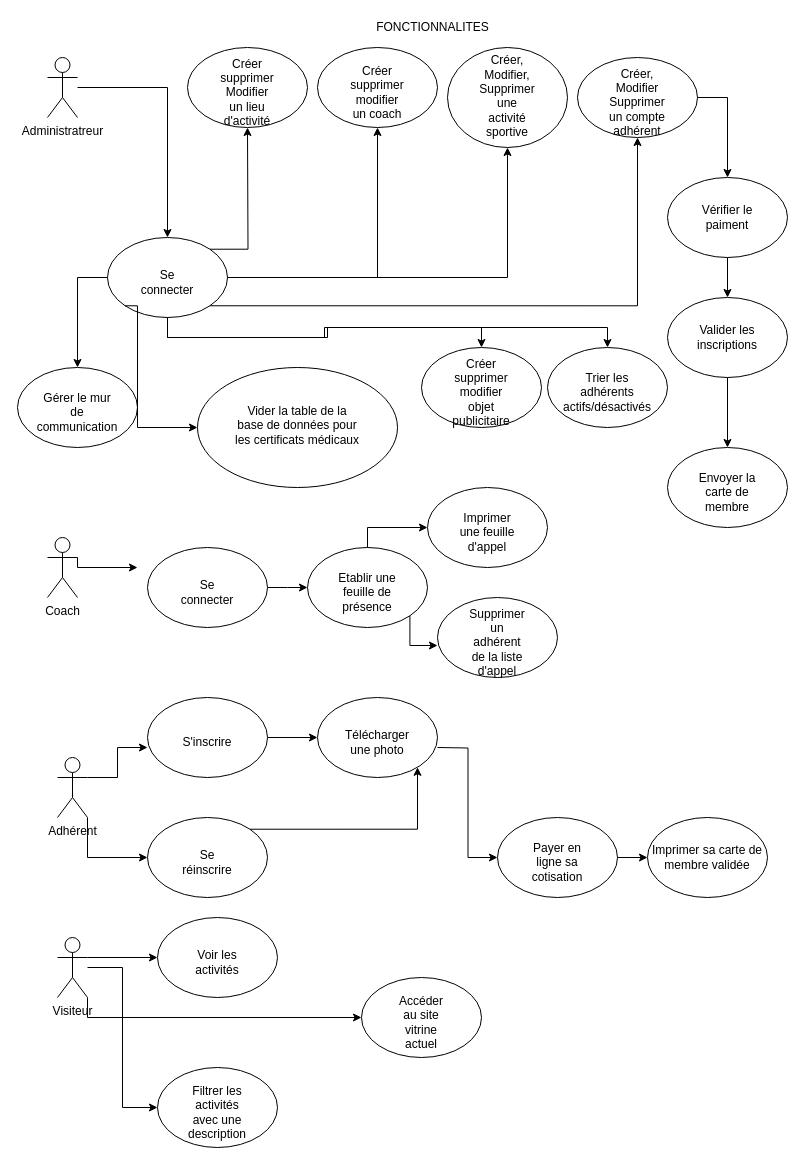
This is asdec/Fonctionnalités2.drawio from cyrisa02/diagrammes-UML, a draw.io file, before an edit. Source tidied: cells renumbered, new cells numbered last; positions are measured from the earlier drawing's top-left corner, leaving out a move shared by most shapes. Both pictures are drawn from the tidied source at 100%, with x=0, y=0 at pixel (17, 17).
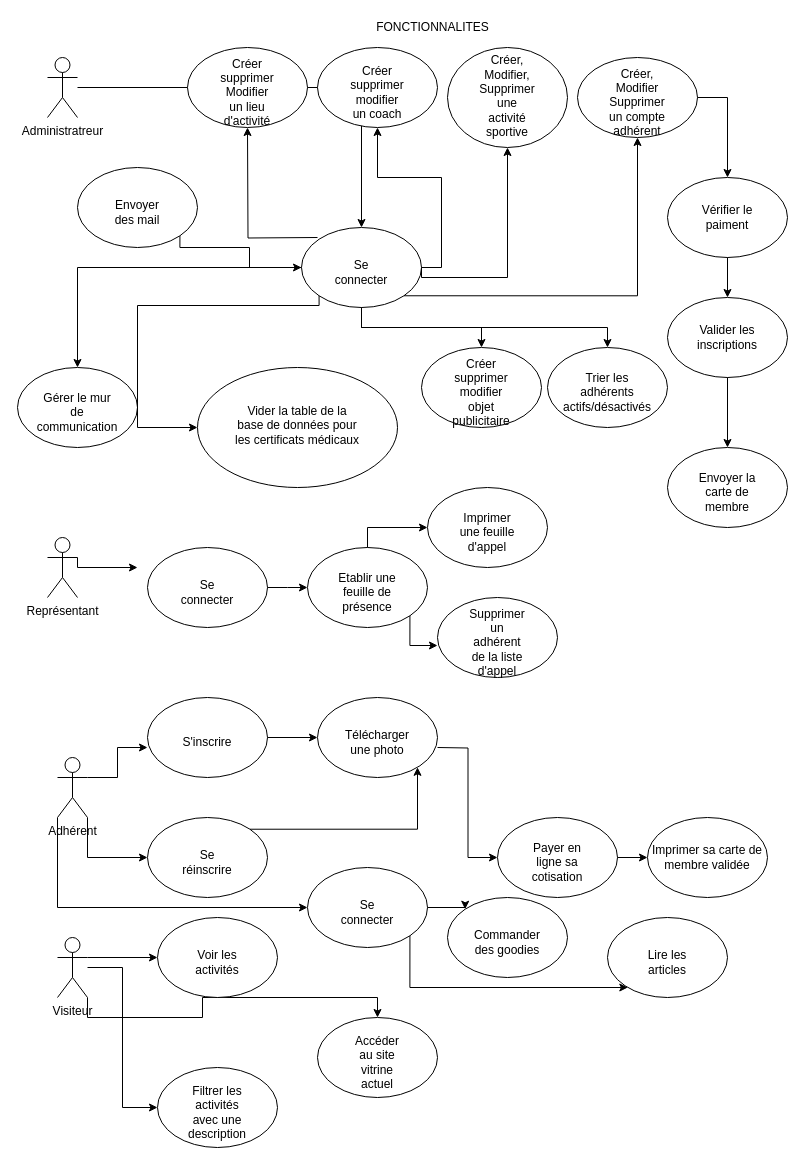
The same page after the edit.

Commit message:
Mettre à jour Fonctionnalités2.drawio

Unchanged cells that the change refers to:
```xml
<mxCell id="6" value="Adhérent" style="shape=umlActor;verticalLabelPosition=bottom;verticalAlign=top;html=1;outlineConnect=0;" parent="1" vertex="1">
  <mxGeometry x="40" y="740" width="30" height="60" as="geometry" />
</mxCell>
<mxCell id="14" style="ellipse;whiteSpace=wrap;html=1;" parent="13" vertex="1">
  <mxGeometry width="120" height="80" as="geometry" />
</mxCell>
```

What changed in the source:
```diff
@@
+    <mxCell id="102" style="edgeStyle=orthogonalEdgeStyle;rounded=0;jettySize=auto;html=1;exitX=0;exitY=1;exitDx=0;exitDy=0;exitPerimeter=0;" parent="1" edge="1" source="6" target="108">
+      <mxGeometry relative="1" as="geometry">
+        <Array as="points">
+          <mxPoint x="40" y="890" />
+        </Array>
+      </mxGeometry>
+    </mxCell>
@@
-    <mxCell id="12" value="Coach" style="shape=umlActor;verticalLabelPosition=bottom;verticalAlign=top;html=1;outlineConnect=0;" parent="1" vertex="1">
+    <mxCell id="12" value="Représentant" style="shape=umlActor;verticalLabelPosition=bottom;verticalAlign=top;html=1;outlineConnect=0;" parent="1" vertex="1">
       <mxGeometry x="30" y="520" width="30" height="60" as="geometry" />
     </mxCell>
     <mxCell id="13" style="group;" parent="1" vertex="1">
-      <mxGeometry x="90" y="220" width="120" height="80" as="geometry" />
+      <mxGeometry x="284" y="210" width="120" height="80" as="geometry" />
     </mxCell>
@@
     <mxCell id="52" style="group;" parent="1" vertex="1">
-      <mxGeometry x="344" y="960" width="120" height="80" as="geometry" />
+      <mxGeometry x="300" y="1000" width="120" height="80" as="geometry" />
     </mxCell>
@@
-    <mxCell id="56" style="edgeStyle=orthogonalEdgeStyle;rounded=0;jettySize=auto;html=1;exitX=1;exitY=0;exitDx=0;exitDy=0;" parent="1" edge="1" source="14">
+    <mxCell id="56" style="edgeStyle=orthogonalEdgeStyle;rounded=0;orthogonalLoop=1;jettySize=auto;html=1;" parent="1" edge="1">
       <mxGeometry relative="1" as="geometry">
+        <mxPoint x="300" y="220" as="sourcePoint" />
         <mxPoint x="230" y="110" as="targetPoint" />
       </mxGeometry>
     </mxCell>
@@
     <mxCell id="98" style="edgeStyle=orthogonalEdgeStyle;rounded=0;jettySize=auto;html=1;exitX=0.5;exitY=1;exitDx=0;exitDy=0;" parent="1" edge="1" source="14">
       <mxGeometry relative="1" as="geometry">
         <mxPoint x="590" y="330" as="targetPoint" />
         <Array as="points">
-          <mxPoint x="150" y="320" />
-          <mxPoint x="310" y="320" />
-          <mxPoint x="310" y="310" />
+          <mxPoint x="344" y="310" />
           <mxPoint x="590" y="310" />
         </Array>
       </mxGeometry>
     </mxCell>
@@
+    <mxCell id="103" style="edgeStyle=orthogonalEdgeStyle;rounded=0;jettySize=auto;html=1;exitX=1;exitY=1;exitDx=0;exitDy=0;" parent="1" edge="1" source="104" target="14">
+      <mxGeometry relative="1" as="geometry">
+        <Array as="points">
+          <mxPoint x="162" y="230" />
+          <mxPoint x="232" y="230" />
+          <mxPoint x="232" y="250" />
+        </Array>
+      </mxGeometry>
+    </mxCell>
+    <mxCell id="104" style="ellipse;whiteSpace=wrap;html=1;" parent="1" vertex="1">
+      <mxGeometry x="60" y="150" width="120" height="80" as="geometry" />
+    </mxCell>
+    <mxCell id="105" style="group;" parent="1" vertex="1">
+      <mxGeometry x="60" y="150" width="120" height="80" as="geometry" />
+    </mxCell>
+    <mxCell id="106" value="Envoyer des mail" style="text;html=1;strokeColor=none;fillColor=none;align=center;verticalAlign=middle;whiteSpace=wrap;rounded=0;" parent="105" vertex="1">
+      <mxGeometry x="30" y="30" width="60" height="30" as="geometry" />
+    </mxCell>
+    <mxCell id="107" style="group;" parent="1" vertex="1">
+      <mxGeometry x="290" y="850" width="120" height="80" as="geometry" />
+    </mxCell>
+    <mxCell id="108" style="ellipse;whiteSpace=wrap;html=1;" parent="107" vertex="1">
+      <mxGeometry width="120" height="80" as="geometry" />
+    </mxCell>
+    <mxCell id="109" value="&lt;div&gt;Se connecter&lt;/div&gt;" style="text;html=1;strokeColor=none;fillColor=none;align=center;verticalAlign=middle;whiteSpace=wrap;rounded=0;" parent="107" vertex="1">
+      <mxGeometry x="30" y="30" width="60" height="30" as="geometry" />
+    </mxCell>
+    <mxCell id="110" style="group;" parent="1" vertex="1">
+      <mxGeometry x="430" y="880" width="120" height="80" as="geometry" />
+    </mxCell>
+    <mxCell id="111" style="ellipse;whiteSpace=wrap;html=1;" parent="110" vertex="1">
+      <mxGeometry width="120" height="80" as="geometry" />
+    </mxCell>
+    <mxCell id="112" value="Commander des goodies" style="text;html=1;strokeColor=none;fillColor=none;align=center;verticalAlign=middle;whiteSpace=wrap;rounded=0;" parent="110" vertex="1">
+      <mxGeometry x="30" y="30" width="60" height="30" as="geometry" />
+    </mxCell>
+    <mxCell id="113" style="group;" parent="1" vertex="1">
+      <mxGeometry x="590" y="900" width="120" height="80" as="geometry" />
+    </mxCell>
+    <mxCell id="114" style="ellipse;whiteSpace=wrap;html=1;" parent="113" vertex="1">
+      <mxGeometry width="120" height="80" as="geometry" />
+    </mxCell>
+    <mxCell id="115" value="Lire les articles" style="text;html=1;strokeColor=none;fillColor=none;align=center;verticalAlign=middle;whiteSpace=wrap;rounded=0;" parent="113" vertex="1">
+      <mxGeometry x="30" y="30" width="60" height="30" as="geometry" />
+    </mxCell>
+    <mxCell id="116" style="edgeStyle=orthogonalEdgeStyle;rounded=0;jettySize=auto;html=1;exitX=1;exitY=0.5;exitDx=0;exitDy=0;entryX=0;entryY=0;entryDx=0;entryDy=0;" parent="1" edge="1" source="108" target="111">
+      <mxGeometry relative="1" as="geometry" />
+    </mxCell>
+    <mxCell id="117" style="edgeStyle=orthogonalEdgeStyle;rounded=0;jettySize=auto;html=1;exitX=1;exitY=1;exitDx=0;exitDy=0;" parent="1" edge="1" source="108" target="114">
+      <mxGeometry relative="1" as="geometry">
+        <Array as="points">
+          <mxPoint x="392" y="970" />
+        </Array>
+      </mxGeometry>
+    </mxCell>
```
